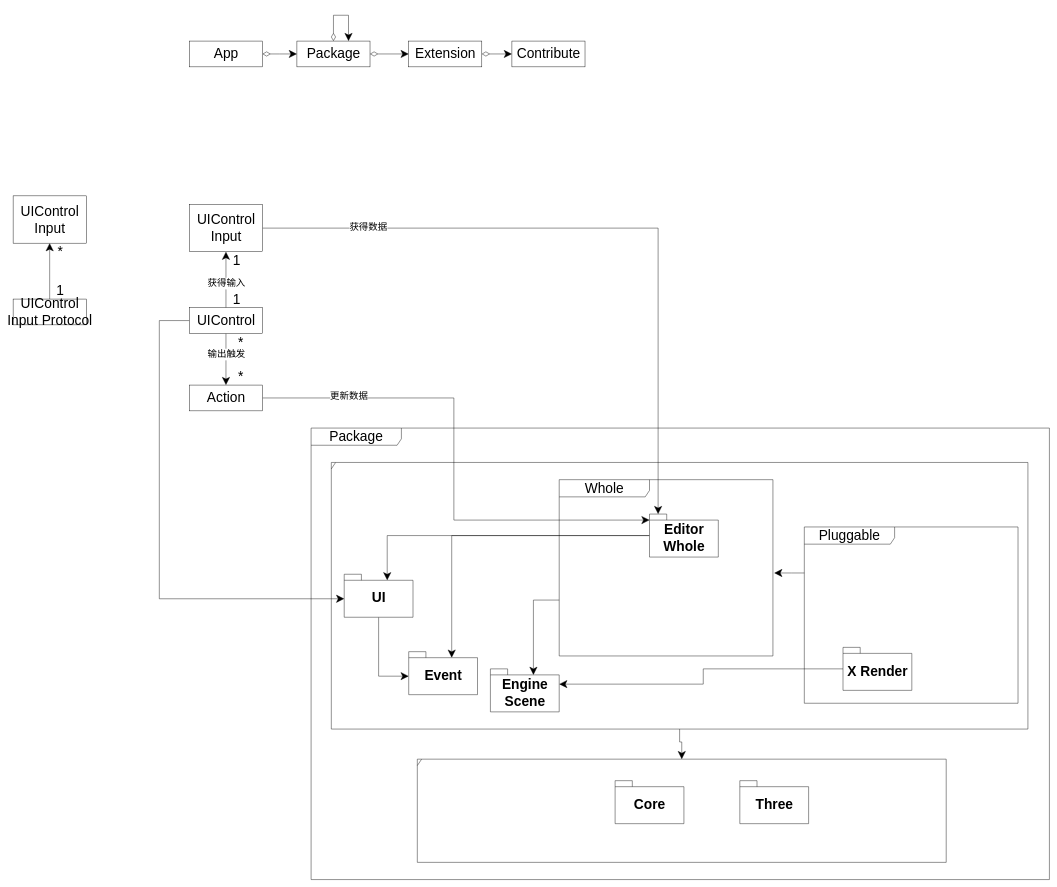
Above: doc/新架构设计.drawio in Meta3D-Technology/Meta3D (draw.io), before the change. Source tidied: cells renumbered, new cells numbered last; positions are measured from the earlier drawing's top-left corner, leaving out a move shared by most shapes. Both pictures are drawn from the tidied source at 43%, with x=0, y=0 at pixel (13, 15).
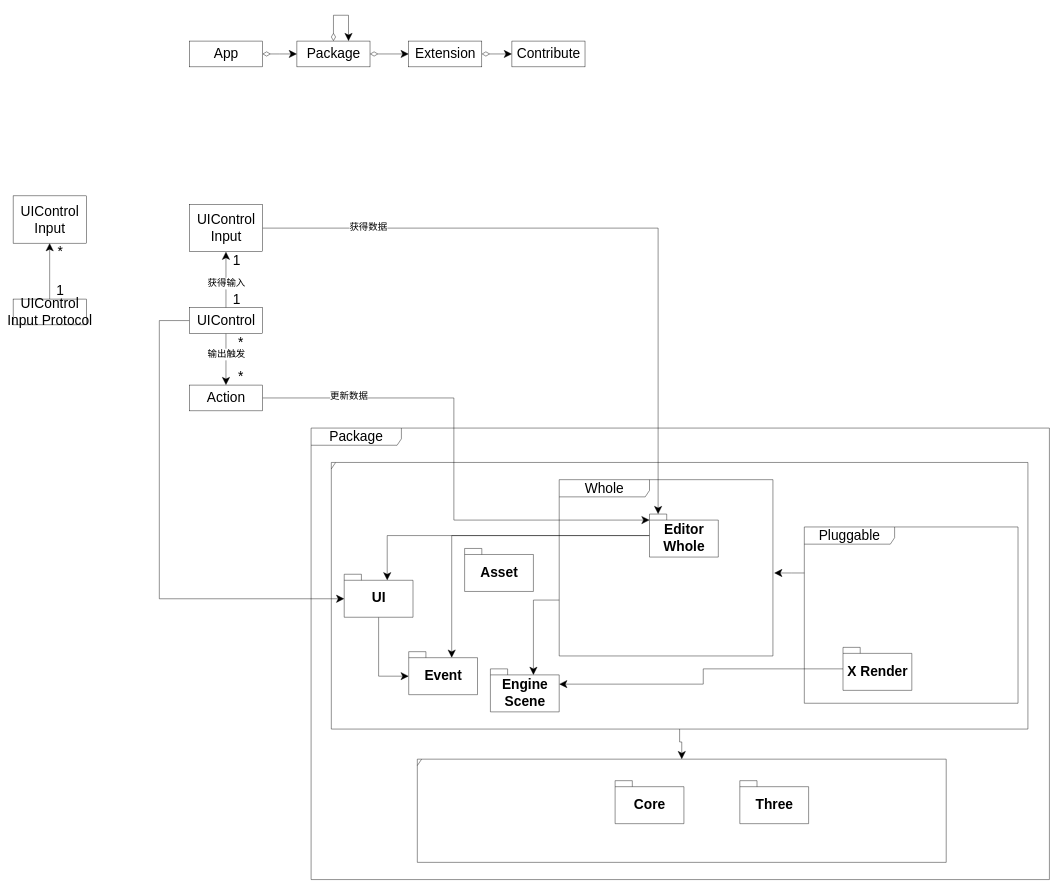
After the change.

The edit, as a diff of the source:
```diff
@@
+    <mxCell id="50" value="Asset" style="shape=folder;fontStyle=1;spacingTop=10;tabWidth=40;tabHeight=14;tabPosition=left;html=1;fontSize=32;" parent="1" vertex="1">
+      <mxGeometry x="1050" y="1240" width="160" height="100" as="geometry" />
+    </mxCell>
```
